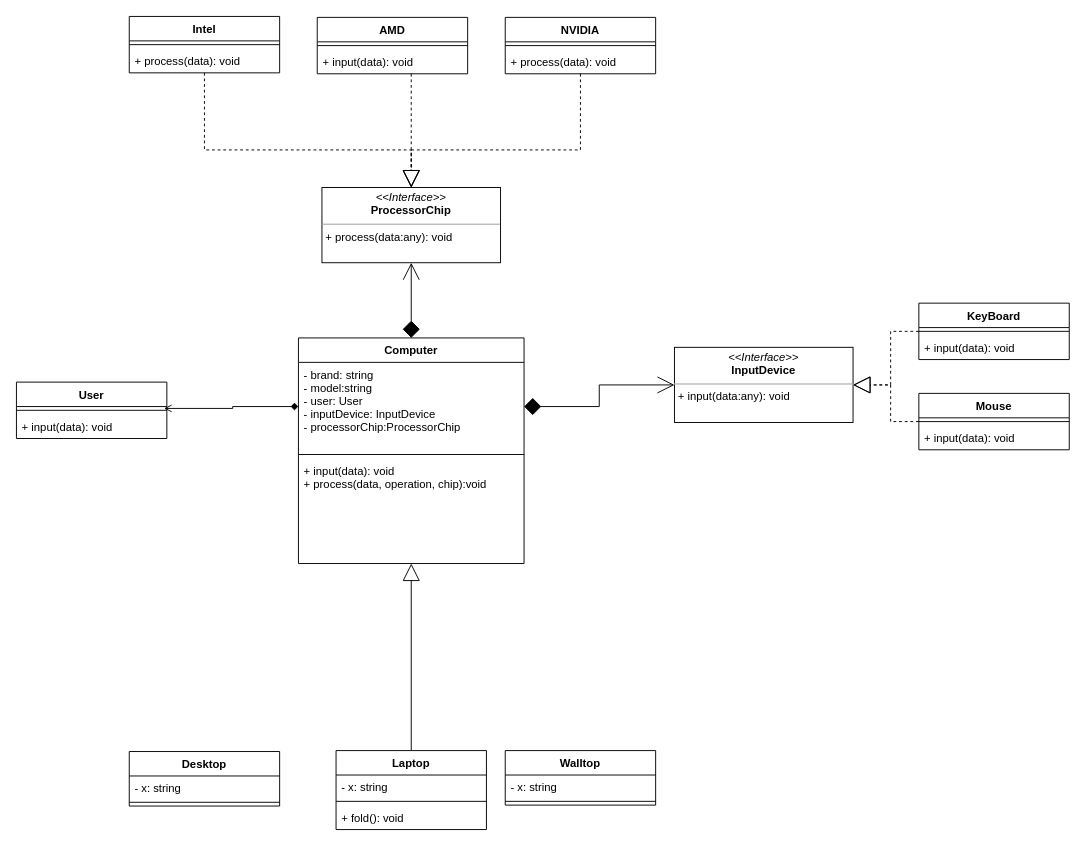
Before: Design.drawio in sarahannie/BC13-SOLID, a draw.io diagram. Source tidied: cells renumbered, new cells numbered last; positions are measured from the earlier drawing's top-left corner, leaving out a move shared by most shapes. Both pictures are drawn from the tidied source at 94%, with x=0, y=0 at pixel (16, 16).
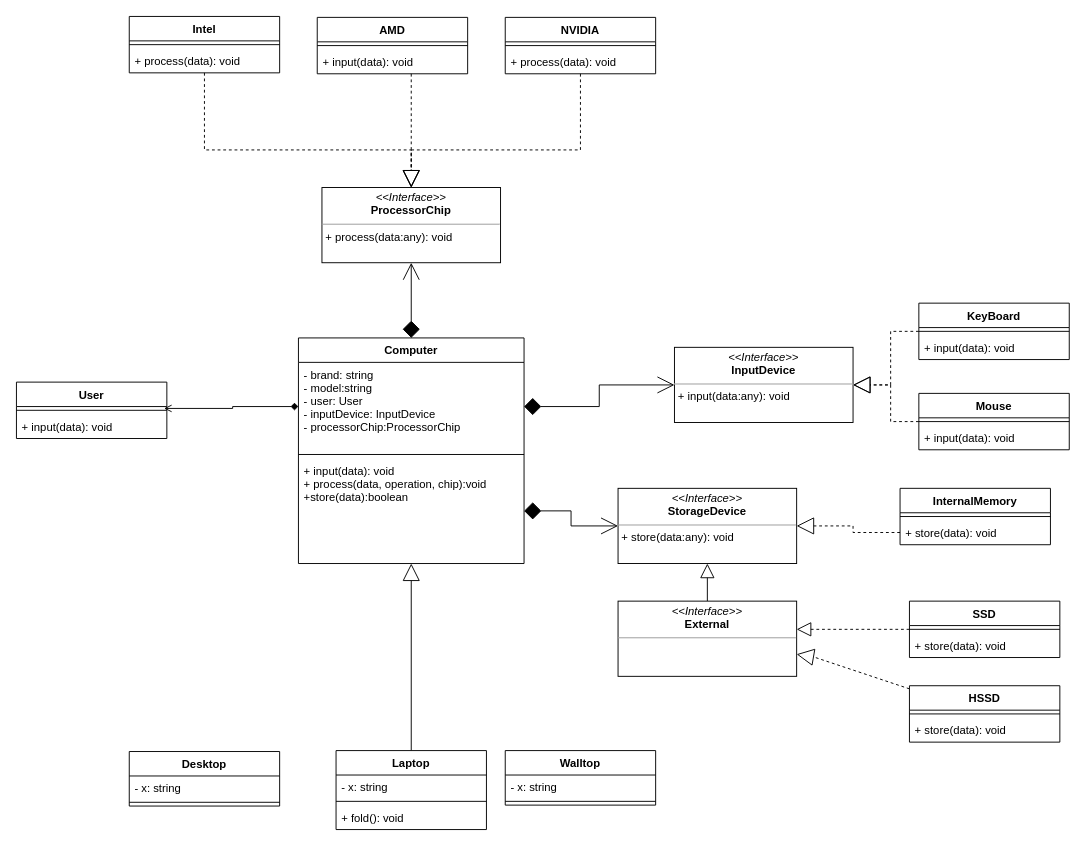
The same page after the edit.

The change refers to these unchanged cells:
```xml
<mxCell id="2" value="Computer" style="swimlane;fontStyle=1;align=center;verticalAlign=top;horizontal=1;startSize=26;" parent="1" vertex="1">
  <mxGeometry x="300" y="342" width="240" height="240" as="geometry" />
</mxCell>
```

Diff of the diagram source:
```diff
@@
-    <mxCell id="5" value="+ input(data): void&#10;+ process(data, operation, chip):void" style="text;strokeColor=none;fillColor=none;align=left;verticalAlign=top;spacingLeft=4;spacingRight=4;overflow=hidden;points=[[0,0.5],[1,0.5]];portConstraint=eastwest;" parent="2" vertex="1">
+    <mxCell id="5" value="+ input(data): void&#10;+ process(data, operation, chip):void&#10;+store(data):boolean" style="text;strokeColor=none;fillColor=none;align=left;verticalAlign=top;spacingLeft=4;spacingRight=4;overflow=hidden;points=[[0,0.5],[1,0.5]];portConstraint=eastwest;" parent="2" vertex="1">
       <mxGeometry y="128" width="240" height="112" as="geometry" />
     </mxCell>
@@
+    <mxCell id="45" value="&lt;p style=&quot;margin: 0px ; margin-top: 4px ; text-align: center&quot;&gt;&lt;i&gt;&amp;lt;&amp;lt;Interface&amp;gt;&amp;gt;&lt;/i&gt;&lt;br&gt;&lt;b&gt;StorageDevice&lt;/b&gt;&lt;/p&gt;&lt;hr size=&quot;1&quot;&gt;&lt;p style=&quot;margin: 0px ; margin-left: 4px&quot;&gt;&lt;/p&gt;&lt;p style=&quot;margin: 0px ; margin-left: 4px&quot;&gt;+ store(data:any): void&lt;br&gt;&lt;br&gt;&lt;/p&gt;" style="verticalAlign=top;align=left;overflow=fill;fontSize=12;fontFamily=Helvetica;html=1;" parent="1" vertex="1">
+      <mxGeometry x="640" y="502" width="190" height="80" as="geometry" />
+    </mxCell>
+    <mxCell id="46" value="InternalMemory" style="swimlane;fontStyle=1;align=center;verticalAlign=top;horizontal=1;startSize=26;" parent="1" vertex="1">
+      <mxGeometry x="940" y="502" width="160" height="60" as="geometry" />
+    </mxCell>
+    <mxCell id="47" style="line;strokeWidth=1;fillColor=none;align=left;verticalAlign=middle;spacingTop=-1;spacingLeft=3;spacingRight=3;labelPosition=right;" parent="46" vertex="1">
+      <mxGeometry y="26" width="160" height="8" as="geometry" />
+    </mxCell>
+    <mxCell id="48" value="+ store(data): void" style="text;strokeColor=none;fillColor=none;align=left;verticalAlign=top;spacingLeft=4;spacingRight=4;overflow=hidden;points=[[0,0.5],[1,0.5]];portConstraint=eastwest;" parent="46" vertex="1">
+      <mxGeometry y="34" width="160" height="26" as="geometry" />
+    </mxCell>
+    <mxCell id="49" value="SSD" style="swimlane;fontStyle=1;align=center;verticalAlign=top;horizontal=1;startSize=26;" parent="1" vertex="1">
+      <mxGeometry x="950" y="622" width="160" height="60" as="geometry" />
+    </mxCell>
+    <mxCell id="50" style="line;strokeWidth=1;fillColor=none;align=left;verticalAlign=middle;spacingTop=-1;spacingLeft=3;spacingRight=3;labelPosition=right;points=[];portConstraint=eastwest;" parent="49" vertex="1">
+      <mxGeometry y="26" width="160" height="8" as="geometry" />
+    </mxCell>
+    <mxCell id="51" value="+ store(data): void" style="text;strokeColor=none;fillColor=none;align=left;verticalAlign=top;spacingLeft=4;spacingRight=4;overflow=hidden;" parent="49" vertex="1">
+      <mxGeometry y="34" width="160" height="26" as="geometry" />
+    </mxCell>
+    <mxCell id="52" style="edgeStyle=orthogonalEdgeStyle;rounded=0;jettySize=auto;html=1;entryX=1;entryY=0.5;entryDx=0;entryDy=0;dashed=1;endArrow=block;endFill=0;endSize=16;" parent="1" edge="1" source="48" target="45">
+      <mxGeometry relative="1" as="geometry" />
+    </mxCell>
+    <mxCell id="53" style="edgeStyle=orthogonalEdgeStyle;rounded=0;jettySize=auto;html=1;endArrow=open;endFill=0;endSize=16;startArrow=diamond;startFill=1;startSize=16;" parent="1" edge="1" source="5" target="45">
+      <mxGeometry relative="1" as="geometry" />
+    </mxCell>
+    <mxCell id="54" style="edgeStyle=none;rounded=0;jettySize=auto;html=1;entryX=0.5;entryY=1;entryDx=0;entryDy=0;startArrow=none;startFill=0;endArrow=block;endFill=0;endSize=13;" parent="1" edge="1" source="55" target="45">
+      <mxGeometry relative="1" as="geometry" />
+    </mxCell>
+    <mxCell id="55" value="&lt;p style=&quot;margin: 0px ; margin-top: 4px ; text-align: center&quot;&gt;&lt;i&gt;&amp;lt;&amp;lt;Interface&amp;gt;&amp;gt;&lt;/i&gt;&lt;br&gt;&lt;b&gt;External&lt;/b&gt;&lt;/p&gt;&lt;hr size=&quot;1&quot;&gt;&lt;p style=&quot;margin: 0px ; margin-left: 4px&quot;&gt;&lt;/p&gt;&lt;p style=&quot;margin: 0px ; margin-left: 4px&quot;&gt;&lt;br&gt;&lt;br&gt;&lt;/p&gt;" style="verticalAlign=top;align=left;overflow=fill;fontSize=12;fontFamily=Helvetica;html=1;" parent="1" vertex="1">
+      <mxGeometry x="640" y="622" width="190" height="80" as="geometry" />
+    </mxCell>
+    <mxCell id="56" style="edgeStyle=none;rounded=0;orthogonalLoop=1;jettySize=auto;html=1;entryX=0;entryY=0.5;entryDx=0;entryDy=0;startArrow=diamond;startFill=1;endArrow=open;endFill=0;startSize=16;endSize=16;" parent="1" edge="1" source="55" target="55">
+      <mxGeometry relative="1" as="geometry" />
+    </mxCell>
+    <mxCell id="57" style="edgeStyle=none;rounded=0;jettySize=auto;html=1;entryX=1;entryY=0.375;entryDx=0;entryDy=0;entryPerimeter=0;startArrow=none;startFill=0;endArrow=block;endFill=0;endSize=13;dashed=1;" parent="1" edge="1" source="50" target="55">
+      <mxGeometry relative="1" as="geometry" />
+    </mxCell>
+    <mxCell id="58" style="edgeStyle=none;rounded=0;jettySize=auto;html=1;dashed=1;startArrow=none;startFill=0;endArrow=block;endFill=0;endSize=16;" parent="1" edge="1" source="59" target="55">
+      <mxGeometry relative="1" as="geometry">
+        <Array as="points">
+          <mxPoint x="850" y="682" />
+        </Array>
+      </mxGeometry>
+    </mxCell>
+    <mxCell id="59" value="HSSD" style="swimlane;fontStyle=1;align=center;verticalAlign=top;horizontal=1;startSize=26;" parent="1" vertex="1">
+      <mxGeometry x="950" y="712" width="160" height="60" as="geometry" />
+    </mxCell>
+    <mxCell id="60" style="line;strokeWidth=1;fillColor=none;align=left;verticalAlign=middle;spacingTop=-1;spacingLeft=3;spacingRight=3;labelPosition=right;" parent="59" vertex="1">
+      <mxGeometry y="26" width="160" height="8" as="geometry" />
+    </mxCell>
+    <mxCell id="61" value="+ store(data): void" style="text;strokeColor=none;fillColor=none;align=left;verticalAlign=top;spacingLeft=4;spacingRight=4;overflow=hidden;" parent="59" vertex="1">
+      <mxGeometry y="34" width="160" height="26" as="geometry" />
+    </mxCell>
```
